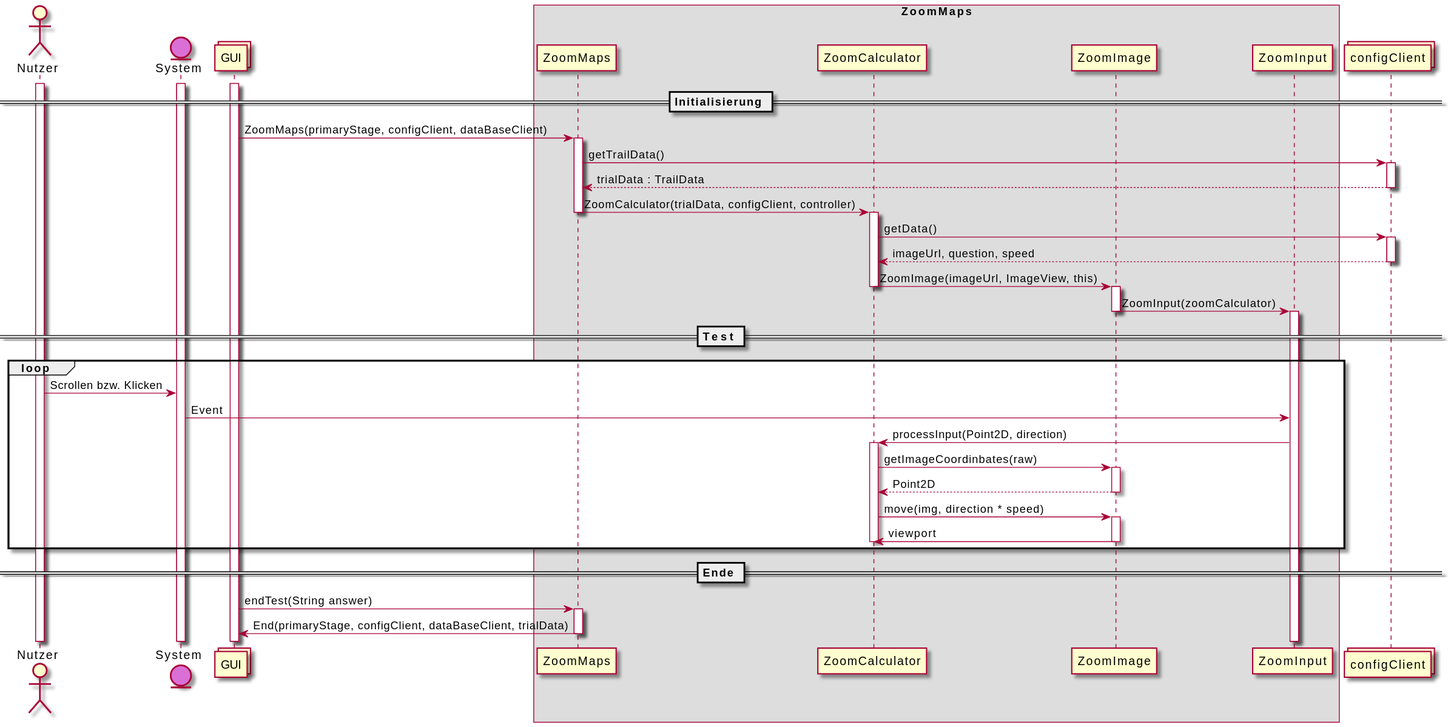
Above: uml-sequence/zoommaps/sequenz-zoommaps.svg in weichware-10/dokumente (PlantUML), before the change.
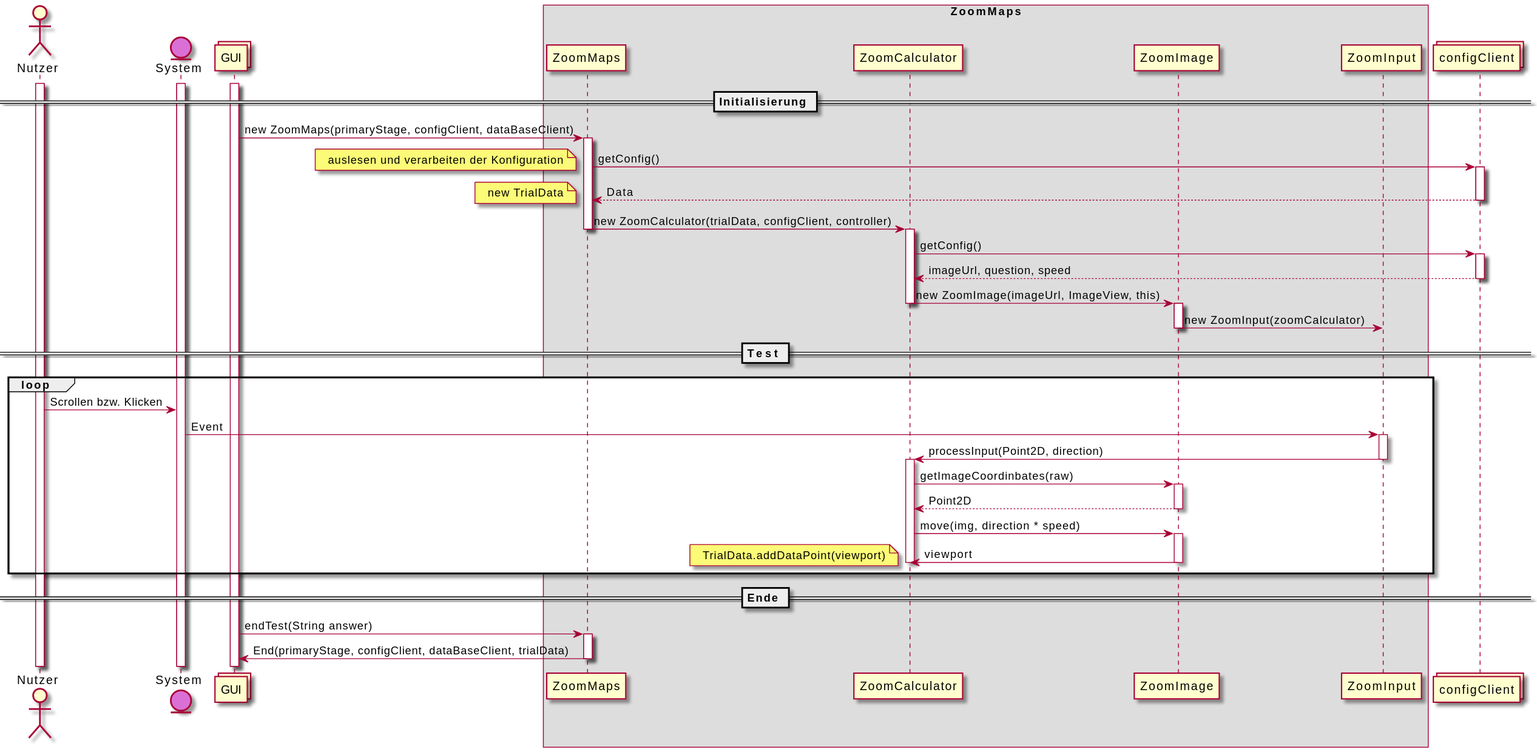
Above is the later version.

Commit message:
[chore] rendered SVGs

Diff of the diagram source:
```diff
@@ -20,32 +20,35 @@
 activate g
 
 == Initialisierung ==
-g -> zm : ZoomMaps(primaryStage, configClient, dataBaseClient)
+g -> zm : new ZoomMaps(primaryStage, configClient, dataBaseClient)
 activate zm
-zm -> c : getTrailData()
+zm -> c : getConfig()
+note left: auslesen und verarbeiten der Konfiguration
 activate c
-c --> zm : trialData : TrailData
+c --> zm : Data
+note left : new TrialData
 deactivate c
 
-zm -> zc : ZoomCalculator(trialData, configClient, controller)
+zm -> zc : new ZoomCalculator(trialData, configClient, controller)
 deactivate zm
 activate zc
-zc -> c : getData()
+zc -> c : getConfig()
 activate c
 c --> zc : imageUrl, question, speed
 deactivate c
-zc -> zb : ZoomImage(imageUrl, ImageView, this)
+zc -> zb : new ZoomImage(imageUrl, ImageView, this)
 deactivate zc
 activate zb
-zb -> zi : ZoomInput(zoomCalculator)
+zb -> zi : new ZoomInput(zoomCalculator)
 deactivate zb
-activate zi
 
 == Test ==
 loop
     n -> s : Scrollen bzw. Klicken
     s -> zi : Event
+    activate zi
     zi -> zc : processInput(Point2D, direction)
+    deactivate zi
     activate zc
     zc -> zb : getImageCoordinbates(raw)
     activate zb
@@ -55,6 +58,7 @@
     activate zb
     zb -> zc : viewport
     deactivate zb
+    note left : TrialData.addDataPoint(viewport)
     deactivate zc
 
 end
```
